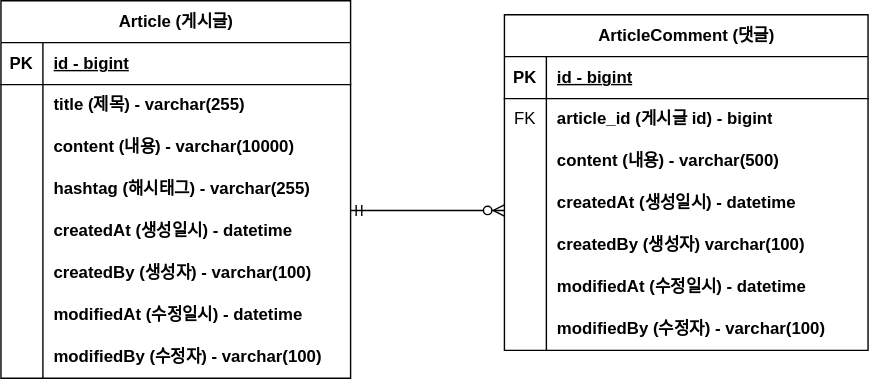
Earlier version of the draw.io export Documents/basic-board-project-erd.svg (juju1997/basic-board-project). Source tidied: cells renumbered, new cells last; positions are measured from the earlier drawing's top-left corner, leaving out a move shared by most shapes.
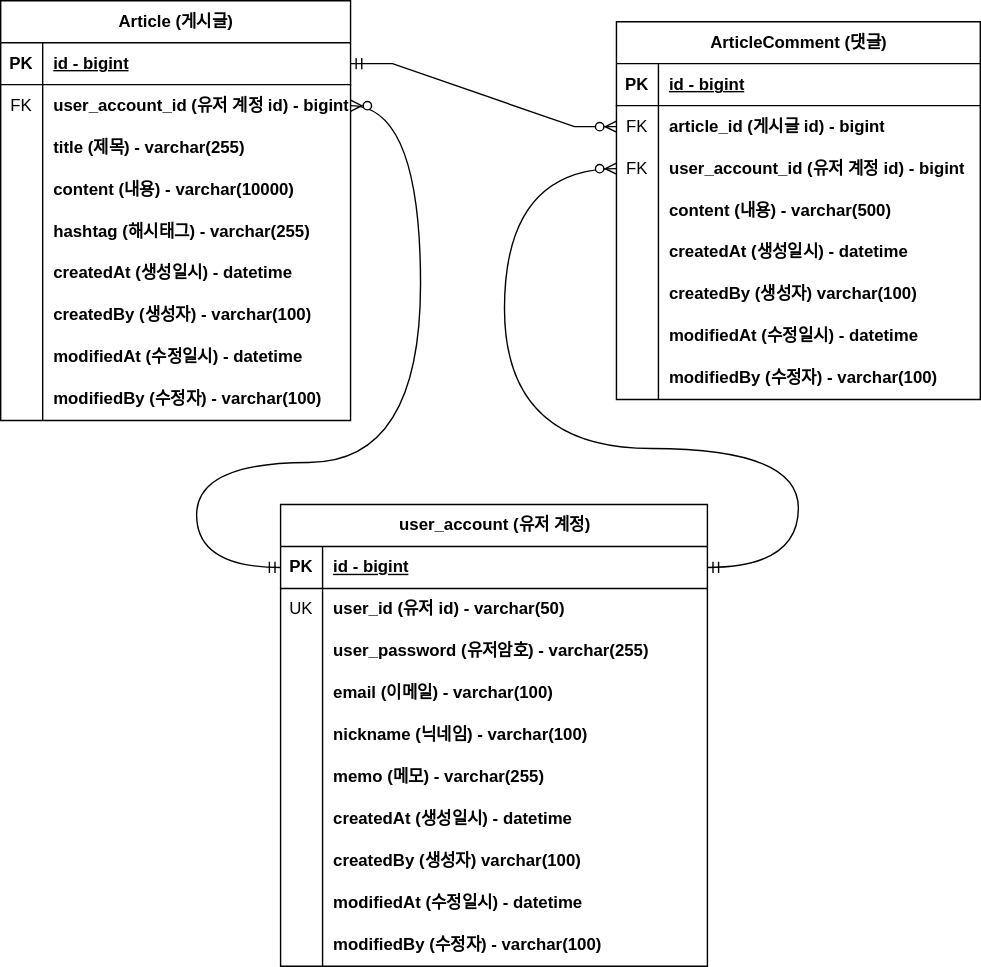
Later version of the same file.

Commit message:
#17 - 계정 도메인 추가

What changed in the source:
```diff
@@ -3,7 +3,7 @@
     <mxCell id="0" />
     <mxCell id="1" parent="0" />
     <mxCell id="2" value="Article (게시글)" style="shape=table;startSize=30;rowLines=0;fontStyle=1;align=center;html=1;" parent="1" vertex="1">
-      <mxGeometry width="250" height="270" as="geometry" />
+      <mxGeometry width="250" height="300" as="geometry" />
     </mxCell>
     <mxCell id="3" style="shape=tableRow;horizontal=0;startSize=0;swimlaneHead=0;swimlaneBody=0;fillColor=none;points=[[0,0.5],[1,0.5]];portConstraint=eastwest;top=0;left=0;right=0;bottom=1;" parent="2" vertex="1">
       <mxGeometry y="30" width="250" height="30" as="geometry" />
@@ -17,14 +17,23 @@
     <mxCell id="6" style="shape=tableRow;horizontal=0;startSize=0;swimlaneHead=0;swimlaneBody=0;fillColor=none;points=[[0,0.5],[1,0.5]];portConstraint=eastwest;top=0;left=0;right=0;bottom=0;" parent="2" vertex="1">
       <mxGeometry y="60" width="250" height="30" as="geometry" />
     </mxCell>
-    <mxCell id="7" style="shape=partialRectangle;fillColor=none;top=0;left=0;bottom=0;right=0;overflow=hidden;whiteSpace=wrap;html=1;" parent="6" vertex="1">
+    <mxCell id="7" value="FK" style="shape=partialRectangle;fillColor=none;top=0;left=0;bottom=0;right=0;overflow=hidden;whiteSpace=wrap;html=1;" parent="6" vertex="1">
       <mxGeometry width="30" height="30" as="geometry" />
     </mxCell>
-    <mxCell id="8" value="title (제목) - varchar(255)" style="shape=partialRectangle;fillColor=none;top=0;left=0;bottom=0;right=0;align=left;spacingLeft=6;overflow=hidden;whiteSpace=wrap;html=1;fontStyle=1;" parent="6" vertex="1">
+    <mxCell id="8" value="user_account_id (유저 계정 id) - bigint" style="shape=partialRectangle;fillColor=none;top=0;left=0;bottom=0;right=0;align=left;spacingLeft=6;overflow=hidden;whiteSpace=wrap;html=1;fontStyle=1;" parent="6" vertex="1">
       <mxGeometry x="30" width="220" height="30" as="geometry" />
     </mxCell>
+    <mxCell id="50" style="shape=tableRow;horizontal=0;startSize=0;swimlaneHead=0;swimlaneBody=0;fillColor=none;top=0;left=0;right=0;bottom=0;" parent="2" vertex="1">
+      <mxGeometry y="90" width="250" height="30" as="geometry" />
+    </mxCell>
+    <mxCell id="51" style="shape=partialRectangle;fillColor=none;top=0;left=0;bottom=0;right=0;overflow=hidden;whiteSpace=wrap;html=1;" parent="50" vertex="1">
+      <mxGeometry width="30" height="30" as="geometry" />
+    </mxCell>
+    <mxCell id="52" value="title (제목) - varchar(255)" style="shape=partialRectangle;fillColor=none;top=0;left=0;bottom=0;right=0;align=left;spacingLeft=6;overflow=hidden;whiteSpace=wrap;html=1;fontStyle=1;" parent="50" vertex="1">
+      <mxGeometry x="30" width="220" height="30" as="geometry" />
+    </mxCell>
     <mxCell id="9" style="shape=tableRow;horizontal=0;startSize=0;swimlaneHead=0;swimlaneBody=0;fillColor=none;top=0;left=0;right=0;bottom=0;" parent="2" vertex="1">
-      <mxGeometry y="90" width="250" height="30" as="geometry" />
+      <mxGeometry y="120" width="250" height="30" as="geometry" />
     </mxCell>
     <mxCell id="10" style="shape=partialRectangle;fillColor=none;top=0;left=0;bottom=0;right=0;overflow=hidden;whiteSpace=wrap;html=1;" parent="9" vertex="1">
       <mxGeometry width="30" height="30" as="geometry" />
@@ -33,7 +42,7 @@
       <mxGeometry x="30" width="220" height="30" as="geometry" />
     </mxCell>
     <mxCell id="12" style="shape=tableRow;horizontal=0;startSize=0;swimlaneHead=0;swimlaneBody=0;fillColor=none;top=0;left=0;right=0;bottom=0;" parent="2" vertex="1">
-      <mxGeometry y="120" width="250" height="30" as="geometry" />
+      <mxGeometry y="150" width="250" height="30" as="geometry" />
     </mxCell>
     <mxCell id="13" style="shape=partialRectangle;fillColor=none;top=0;left=0;bottom=0;right=0;overflow=hidden;whiteSpace=wrap;html=1;" parent="12" vertex="1">
       <mxGeometry width="30" height="30" as="geometry" />
@@ -42,7 +51,7 @@
       <mxGeometry x="30" width="220" height="30" as="geometry" />
     </mxCell>
     <mxCell id="15" style="shape=tableRow;horizontal=0;startSize=0;swimlaneHead=0;swimlaneBody=0;fillColor=none;points=[[0,0.5],[1,0.5]];portConstraint=eastwest;top=0;left=0;right=0;bottom=0;" parent="2" vertex="1">
-      <mxGeometry y="150" width="250" height="30" as="geometry" />
+      <mxGeometry y="180" width="250" height="30" as="geometry" />
     </mxCell>
     <mxCell id="16" style="shape=partialRectangle;fillColor=none;top=0;left=0;bottom=0;right=0;overflow=hidden;whiteSpace=wrap;html=1;" parent="15" vertex="1">
       <mxGeometry width="30" height="30" as="geometry" />
@@ -51,7 +60,7 @@
       <mxGeometry x="30" width="220" height="30" as="geometry" />
     </mxCell>
     <mxCell id="18" style="shape=tableRow;horizontal=0;startSize=0;swimlaneHead=0;swimlaneBody=0;fillColor=none;top=0;left=0;right=0;bottom=0;" parent="2" vertex="1">
-      <mxGeometry y="180" width="250" height="30" as="geometry" />
+      <mxGeometry y="210" width="250" height="30" as="geometry" />
     </mxCell>
     <mxCell id="19" style="shape=partialRectangle;fillColor=none;top=0;left=0;bottom=0;right=0;overflow=hidden;whiteSpace=wrap;html=1;" parent="18" vertex="1">
       <mxGeometry width="30" height="30" as="geometry" />
@@ -60,7 +69,7 @@
       <mxGeometry x="30" width="220" height="30" as="geometry" />
     </mxCell>
     <mxCell id="21" style="shape=tableRow;horizontal=0;startSize=0;swimlaneHead=0;swimlaneBody=0;fillColor=none;top=0;left=0;right=0;bottom=0;" parent="2" vertex="1">
-      <mxGeometry y="210" width="250" height="30" as="geometry" />
+      <mxGeometry y="240" width="250" height="30" as="geometry" />
     </mxCell>
     <mxCell id="22" style="shape=partialRectangle;fillColor=none;top=0;left=0;bottom=0;right=0;overflow=hidden;whiteSpace=wrap;html=1;" parent="21" vertex="1">
       <mxGeometry width="30" height="30" as="geometry" />
@@ -69,7 +78,7 @@
       <mxGeometry x="30" width="220" height="30" as="geometry" />
     </mxCell>
     <mxCell id="24" style="shape=tableRow;horizontal=0;startSize=0;swimlaneHead=0;swimlaneBody=0;fillColor=none;top=0;left=0;right=0;bottom=0;" parent="2" vertex="1">
-      <mxGeometry y="240" width="250" height="30" as="geometry" />
+      <mxGeometry y="270" width="250" height="30" as="geometry" />
     </mxCell>
     <mxCell id="25" style="shape=partialRectangle;fillColor=none;top=0;left=0;bottom=0;right=0;overflow=hidden;whiteSpace=wrap;html=1;" parent="24" vertex="1">
       <mxGeometry width="30" height="30" as="geometry" />
@@ -78,7 +87,7 @@
       <mxGeometry x="30" width="220" height="30" as="geometry" />
     </mxCell>
     <mxCell id="27" value="ArticleComment (댓글)" style="shape=table;startSize=30;rowLines=0;fontStyle=1;align=center;html=1;" parent="1" vertex="1">
-      <mxGeometry x="360" y="10" width="260" height="240" as="geometry" />
+      <mxGeometry x="440" y="15" width="260" height="270" as="geometry" />
     </mxCell>
     <mxCell id="28" style="shape=tableRow;horizontal=0;startSize=0;swimlaneHead=0;swimlaneBody=0;fillColor=none;top=0;left=0;right=0;bottom=1;" parent="27" vertex="1">
       <mxGeometry y="30" width="260" height="30" as="geometry" />
@@ -98,8 +107,17 @@
     <mxCell id="33" value="article_id (게시글 id) - bigint" style="shape=partialRectangle;fillColor=none;top=0;left=0;bottom=0;right=0;align=left;spacingLeft=6;overflow=hidden;whiteSpace=wrap;html=1;fontStyle=1;" parent="31" vertex="1">
       <mxGeometry x="30" width="230" height="30" as="geometry" />
     </mxCell>
+    <mxCell id="53" style="shape=tableRow;horizontal=0;startSize=0;swimlaneHead=0;swimlaneBody=0;fillColor=none;points=[[0,0.5],[1,0.5]];portConstraint=eastwest;top=0;left=0;right=0;bottom=0;" parent="27" vertex="1">
+      <mxGeometry y="90" width="260" height="30" as="geometry" />
+    </mxCell>
+    <mxCell id="54" value="FK" style="shape=partialRectangle;fillColor=none;top=0;left=0;bottom=0;right=0;overflow=hidden;whiteSpace=wrap;html=1;" parent="53" vertex="1">
+      <mxGeometry width="30" height="30" as="geometry" />
+    </mxCell>
+    <mxCell id="55" value="user_account_id (유저 계정 id) - bigint" style="shape=partialRectangle;fillColor=none;top=0;left=0;bottom=0;right=0;align=left;spacingLeft=6;overflow=hidden;whiteSpace=wrap;html=1;fontStyle=1;" parent="53" vertex="1">
+      <mxGeometry x="30" width="230" height="30" as="geometry" />
+    </mxCell>
     <mxCell id="34" style="shape=tableRow;horizontal=0;startSize=0;swimlaneHead=0;swimlaneBody=0;fillColor=none;top=0;left=0;right=0;bottom=0;" parent="27" vertex="1">
-      <mxGeometry y="90" width="260" height="30" as="geometry" />
+      <mxGeometry y="120" width="260" height="30" as="geometry" />
     </mxCell>
     <mxCell id="35" style="shape=partialRectangle;fillColor=none;top=0;left=0;bottom=0;right=0;overflow=hidden;whiteSpace=wrap;html=1;" parent="34" vertex="1">
       <mxGeometry width="30" height="30" as="geometry" />
@@ -108,7 +126,7 @@
       <mxGeometry x="30" width="230" height="30" as="geometry" />
     </mxCell>
     <mxCell id="37" style="shape=tableRow;horizontal=0;startSize=0;swimlaneHead=0;swimlaneBody=0;fillColor=none;top=0;left=0;right=0;bottom=0;" parent="27" vertex="1">
-      <mxGeometry y="120" width="260" height="30" as="geometry" />
+      <mxGeometry y="150" width="260" height="30" as="geometry" />
     </mxCell>
     <mxCell id="38" style="shape=partialRectangle;fillColor=none;top=0;left=0;bottom=0;right=0;overflow=hidden;whiteSpace=wrap;html=1;" parent="37" vertex="1">
       <mxGeometry width="30" height="30" as="geometry" />
@@ -117,7 +135,7 @@
       <mxGeometry x="30" width="230" height="30" as="geometry" />
     </mxCell>
     <mxCell id="40" style="shape=tableRow;horizontal=0;startSize=0;swimlaneHead=0;swimlaneBody=0;fillColor=none;top=0;left=0;right=0;bottom=0;" parent="27" vertex="1">
-      <mxGeometry y="150" width="260" height="30" as="geometry" />
+      <mxGeometry y="180" width="260" height="30" as="geometry" />
     </mxCell>
     <mxCell id="41" style="shape=partialRectangle;fillColor=none;top=0;left=0;bottom=0;right=0;overflow=hidden;whiteSpace=wrap;html=1;" parent="40" vertex="1">
       <mxGeometry width="30" height="30" as="geometry" />
@@ -126,7 +144,7 @@
       <mxGeometry x="30" width="230" height="30" as="geometry" />
     </mxCell>
     <mxCell id="43" style="shape=tableRow;horizontal=0;startSize=0;swimlaneHead=0;swimlaneBody=0;fillColor=none;top=0;left=0;right=0;bottom=0;" parent="27" vertex="1">
-      <mxGeometry y="180" width="260" height="30" as="geometry" />
+      <mxGeometry y="210" width="260" height="30" as="geometry" />
     </mxCell>
     <mxCell id="44" style="shape=partialRectangle;fillColor=none;top=0;left=0;bottom=0;right=0;overflow=hidden;whiteSpace=wrap;html=1;" parent="43" vertex="1">
       <mxGeometry width="30" height="30" as="geometry" />
@@ -135,7 +153,7 @@
       <mxGeometry x="30" width="230" height="30" as="geometry" />
     </mxCell>
     <mxCell id="46" style="shape=tableRow;horizontal=0;startSize=0;swimlaneHead=0;swimlaneBody=0;fillColor=none;top=0;left=0;right=0;bottom=0;" parent="27" vertex="1">
-      <mxGeometry y="210" width="260" height="30" as="geometry" />
+      <mxGeometry y="240" width="260" height="30" as="geometry" />
     </mxCell>
     <mxCell id="47" style="shape=partialRectangle;fillColor=none;top=0;left=0;bottom=0;right=0;overflow=hidden;whiteSpace=wrap;html=1;" parent="46" vertex="1">
       <mxGeometry width="30" height="30" as="geometry" />
@@ -143,10 +161,126 @@
     <mxCell id="48" value="modifiedBy (수정자) - varchar(100)" style="shape=partialRectangle;fillColor=none;top=0;left=0;bottom=0;right=0;align=left;spacingLeft=6;overflow=hidden;whiteSpace=wrap;html=1;fontStyle=1;" parent="46" vertex="1">
       <mxGeometry x="30" width="230" height="30" as="geometry" />
     </mxCell>
-    <mxCell id="49" style="edgeStyle=entityRelationEdgeStyle;fontSize=12;html=1;endArrow=ERzeroToMany;startArrow=ERmandOne;rounded=0;exitX=1;exitY=0;exitDx=0;exitDy=0;exitPerimeter=0;" parent="1" edge="1" source="15">
+    <mxCell id="49" style="edgeStyle=entityRelationEdgeStyle;fontSize=12;html=1;endArrow=ERzeroToMany;startArrow=ERmandOne;rounded=0;exitX=1;exitY=0.5;exitDx=0;exitDy=0;entryX=0;entryY=0.5;entryDx=0;entryDy=0;" parent="1" edge="1" source="3" target="31">
       <mxGeometry relative="1" as="geometry">
-        <mxPoint x="360" y="150" as="targetPoint" />
+        <Array as="points">
+          <mxPoint x="360" y="60" />
+          <mxPoint x="340" y="110" />
+        </Array>
       </mxGeometry>
     </mxCell>
+    <mxCell id="56" value="user_account (유저 계정)" style="shape=table;startSize=30;rowLines=0;fontStyle=1;align=center;html=1;" parent="1" vertex="1">
+      <mxGeometry x="200" y="360" width="305" height="330" as="geometry" />
+    </mxCell>
+    <mxCell id="57" style="shape=tableRow;horizontal=0;startSize=0;swimlaneHead=0;swimlaneBody=0;fillColor=none;points=[[0,0.5],[1,0.5]];portConstraint=eastwest;top=0;left=0;right=0;bottom=1;" parent="56" vertex="1">
+      <mxGeometry y="30" width="305" height="30" as="geometry" />
+    </mxCell>
+    <mxCell id="58" value="PK" style="shape=partialRectangle;fillColor=none;top=0;left=0;bottom=0;right=0;fontStyle=1;overflow=hidden;whiteSpace=wrap;html=1;" parent="57" vertex="1">
+      <mxGeometry width="30" height="30" as="geometry" />
+    </mxCell>
+    <mxCell id="59" value="id - bigint" style="shape=partialRectangle;fillColor=none;top=0;left=0;bottom=0;right=0;align=left;spacingLeft=6;fontStyle=5;overflow=hidden;whiteSpace=wrap;html=1;" parent="57" vertex="1">
+      <mxGeometry x="30" width="275" height="30" as="geometry" />
+    </mxCell>
+    <mxCell id="60" style="shape=tableRow;horizontal=0;startSize=0;swimlaneHead=0;swimlaneBody=0;fillColor=none;top=0;left=0;right=0;bottom=0;" parent="56" vertex="1">
+      <mxGeometry y="60" width="305" height="30" as="geometry" />
+    </mxCell>
+    <mxCell id="61" value="UK" style="shape=partialRectangle;fillColor=none;top=0;left=0;bottom=0;right=0;overflow=hidden;whiteSpace=wrap;html=1;" parent="60" vertex="1">
+      <mxGeometry width="30" height="30" as="geometry" />
+    </mxCell>
+    <mxCell id="62" value="user_id (유저 id) - varchar(50)" style="shape=partialRectangle;fillColor=none;top=0;left=0;bottom=0;right=0;align=left;spacingLeft=6;overflow=hidden;whiteSpace=wrap;html=1;fontStyle=1;" parent="60" vertex="1">
+      <mxGeometry x="30" width="275" height="30" as="geometry" />
+    </mxCell>
+    <mxCell id="63" style="shape=tableRow;horizontal=0;startSize=0;swimlaneHead=0;swimlaneBody=0;fillColor=none;top=0;left=0;right=0;bottom=0;" parent="56" vertex="1">
+      <mxGeometry y="90" width="305" height="30" as="geometry" />
+    </mxCell>
+    <mxCell id="64" style="shape=partialRectangle;fillColor=none;top=0;left=0;bottom=0;right=0;overflow=hidden;whiteSpace=wrap;html=1;" parent="63" vertex="1">
+      <mxGeometry width="30" height="30" as="geometry" />
+    </mxCell>
+    <mxCell id="65" value="user_password (유저암호) - varchar(255)" style="shape=partialRectangle;fillColor=none;top=0;left=0;bottom=0;right=0;align=left;spacingLeft=6;overflow=hidden;whiteSpace=wrap;html=1;fontStyle=1;" parent="63" vertex="1">
+      <mxGeometry x="30" width="275" height="30" as="geometry" />
+    </mxCell>
+    <mxCell id="66" style="shape=tableRow;horizontal=0;startSize=0;swimlaneHead=0;swimlaneBody=0;fillColor=none;top=0;left=0;right=0;bottom=0;" parent="56" vertex="1">
+      <mxGeometry y="120" width="305" height="30" as="geometry" />
+    </mxCell>
+    <mxCell id="67" style="shape=partialRectangle;fillColor=none;top=0;left=0;bottom=0;right=0;overflow=hidden;whiteSpace=wrap;html=1;" parent="66" vertex="1">
+      <mxGeometry width="30" height="30" as="geometry" />
+    </mxCell>
+    <mxCell id="68" value="email (이메일) - varchar(100)" style="shape=partialRectangle;fillColor=none;top=0;left=0;bottom=0;right=0;align=left;spacingLeft=6;overflow=hidden;whiteSpace=wrap;html=1;fontStyle=1;" parent="66" vertex="1">
+      <mxGeometry x="30" width="275" height="30" as="geometry" />
+    </mxCell>
+    <mxCell id="69" style="shape=tableRow;horizontal=0;startSize=0;swimlaneHead=0;swimlaneBody=0;fillColor=none;top=0;left=0;right=0;bottom=0;" parent="56" vertex="1">
+      <mxGeometry y="150" width="305" height="30" as="geometry" />
+    </mxCell>
+    <mxCell id="70" style="shape=partialRectangle;fillColor=none;top=0;left=0;bottom=0;right=0;overflow=hidden;whiteSpace=wrap;html=1;" parent="69" vertex="1">
+      <mxGeometry width="30" height="30" as="geometry" />
+    </mxCell>
+    <mxCell id="71" value="nickname (닉네임) - varchar(100)" style="shape=partialRectangle;fillColor=none;top=0;left=0;bottom=0;right=0;align=left;spacingLeft=6;overflow=hidden;whiteSpace=wrap;html=1;fontStyle=1;" parent="69" vertex="1">
+      <mxGeometry x="30" width="275" height="30" as="geometry" />
+    </mxCell>
+    <mxCell id="72" style="shape=tableRow;horizontal=0;startSize=0;swimlaneHead=0;swimlaneBody=0;fillColor=none;top=0;left=0;right=0;bottom=0;" parent="56" vertex="1">
+      <mxGeometry y="180" width="305" height="30" as="geometry" />
+    </mxCell>
+    <mxCell id="73" style="shape=partialRectangle;fillColor=none;top=0;left=0;bottom=0;right=0;overflow=hidden;whiteSpace=wrap;html=1;" parent="72" vertex="1">
+      <mxGeometry width="30" height="30" as="geometry" />
+    </mxCell>
+    <mxCell id="74" value="memo (메모) - varchar(255)" style="shape=partialRectangle;fillColor=none;top=0;left=0;bottom=0;right=0;align=left;spacingLeft=6;overflow=hidden;whiteSpace=wrap;html=1;fontStyle=1;" parent="72" vertex="1">
+      <mxGeometry x="30" width="275" height="30" as="geometry" />
+    </mxCell>
+    <mxCell id="75" style="shape=tableRow;horizontal=0;startSize=0;swimlaneHead=0;swimlaneBody=0;fillColor=none;top=0;left=0;right=0;bottom=0;" parent="56" vertex="1">
+      <mxGeometry y="210" width="305" height="30" as="geometry" />
+    </mxCell>
+    <mxCell id="76" style="shape=partialRectangle;fillColor=none;top=0;left=0;bottom=0;right=0;overflow=hidden;whiteSpace=wrap;html=1;" parent="75" vertex="1">
+      <mxGeometry width="30" height="30" as="geometry" />
+    </mxCell>
+    <mxCell id="77" value="createdAt (생성일시) - datetime" style="shape=partialRectangle;fillColor=none;top=0;left=0;bottom=0;right=0;align=left;spacingLeft=6;overflow=hidden;whiteSpace=wrap;html=1;fontStyle=1;" parent="75" vertex="1">
+      <mxGeometry x="30" width="275" height="30" as="geometry" />
+    </mxCell>
+    <mxCell id="78" style="shape=tableRow;horizontal=0;startSize=0;swimlaneHead=0;swimlaneBody=0;fillColor=none;top=0;left=0;right=0;bottom=0;" parent="56" vertex="1">
+      <mxGeometry y="240" width="305" height="30" as="geometry" />
+    </mxCell>
+    <mxCell id="79" style="shape=partialRectangle;fillColor=none;top=0;left=0;bottom=0;right=0;overflow=hidden;whiteSpace=wrap;html=1;" parent="78" vertex="1">
+      <mxGeometry width="30" height="30" as="geometry" />
+    </mxCell>
+    <mxCell id="80" value="createdBy (생성자) varchar(100)" style="shape=partialRectangle;fillColor=none;top=0;left=0;bottom=0;right=0;align=left;spacingLeft=6;overflow=hidden;whiteSpace=wrap;html=1;fontStyle=1;" parent="78" vertex="1">
+      <mxGeometry x="30" width="275" height="30" as="geometry" />
+    </mxCell>
+    <mxCell id="81" style="shape=tableRow;horizontal=0;startSize=0;swimlaneHead=0;swimlaneBody=0;fillColor=none;top=0;left=0;right=0;bottom=0;" parent="56" vertex="1">
+      <mxGeometry y="270" width="305" height="30" as="geometry" />
+    </mxCell>
+    <mxCell id="82" style="shape=partialRectangle;fillColor=none;top=0;left=0;bottom=0;right=0;overflow=hidden;whiteSpace=wrap;html=1;" parent="81" vertex="1">
+      <mxGeometry width="30" height="30" as="geometry" />
+    </mxCell>
+    <mxCell id="83" value="modifiedAt (수정일시) - datetime" style="shape=partialRectangle;fillColor=none;top=0;left=0;bottom=0;right=0;align=left;spacingLeft=6;overflow=hidden;whiteSpace=wrap;html=1;fontStyle=1;" parent="81" vertex="1">
+      <mxGeometry x="30" width="275" height="30" as="geometry" />
+    </mxCell>
+    <mxCell id="84" style="shape=tableRow;horizontal=0;startSize=0;swimlaneHead=0;swimlaneBody=0;fillColor=none;top=0;left=0;right=0;bottom=0;" parent="56" vertex="1">
+      <mxGeometry y="300" width="305" height="30" as="geometry" />
+    </mxCell>
+    <mxCell id="85" style="shape=partialRectangle;fillColor=none;top=0;left=0;bottom=0;right=0;overflow=hidden;whiteSpace=wrap;html=1;" parent="84" vertex="1">
+      <mxGeometry width="30" height="30" as="geometry" />
+    </mxCell>
+    <mxCell id="86" value="modifiedBy (수정자) - varchar(100)" style="shape=partialRectangle;fillColor=none;top=0;left=0;bottom=0;right=0;align=left;spacingLeft=6;overflow=hidden;whiteSpace=wrap;html=1;fontStyle=1;" parent="84" vertex="1">
+      <mxGeometry x="30" width="275" height="30" as="geometry" />
+    </mxCell>
+    <mxCell id="87" style="edgeStyle=orthogonalEdgeStyle;fontSize=12;html=1;endArrow=ERzeroToMany;startArrow=ERmandOne;rounded=0;curved=1;exitX=0;exitY=0.5;exitDx=0;exitDy=0;entryX=1;entryY=0.5;entryDx=0;entryDy=0;" parent="1" edge="1" source="57" target="6">
+      <mxGeometry relative="1" as="geometry">
+        <Array as="points">
+          <mxPoint x="140" y="405" />
+          <mxPoint x="140" y="330" />
+          <mxPoint x="300" y="330" />
+          <mxPoint x="300" y="75" />
+        </Array>
+      </mxGeometry>
+    </mxCell>
+    <mxCell id="88" style="edgeStyle=orthogonalEdgeStyle;fontSize=12;html=1;endArrow=ERzeroToMany;startArrow=ERmandOne;rounded=0;curved=1;exitX=1;exitY=0.5;exitDx=0;exitDy=0;entryX=0;entryY=0.5;entryDx=0;entryDy=0;" parent="1" edge="1" source="57" target="53">
+      <mxGeometry relative="1" as="geometry">
+        <Array as="points">
+          <mxPoint x="570" y="405" />
+          <mxPoint x="570" y="320" />
+          <mxPoint x="360" y="320" />
+          <mxPoint x="360" y="120" />
+        </Array>
+      </mxGeometry>
+    </mxCell>
   </root>
 </mxGraphModel>
```
